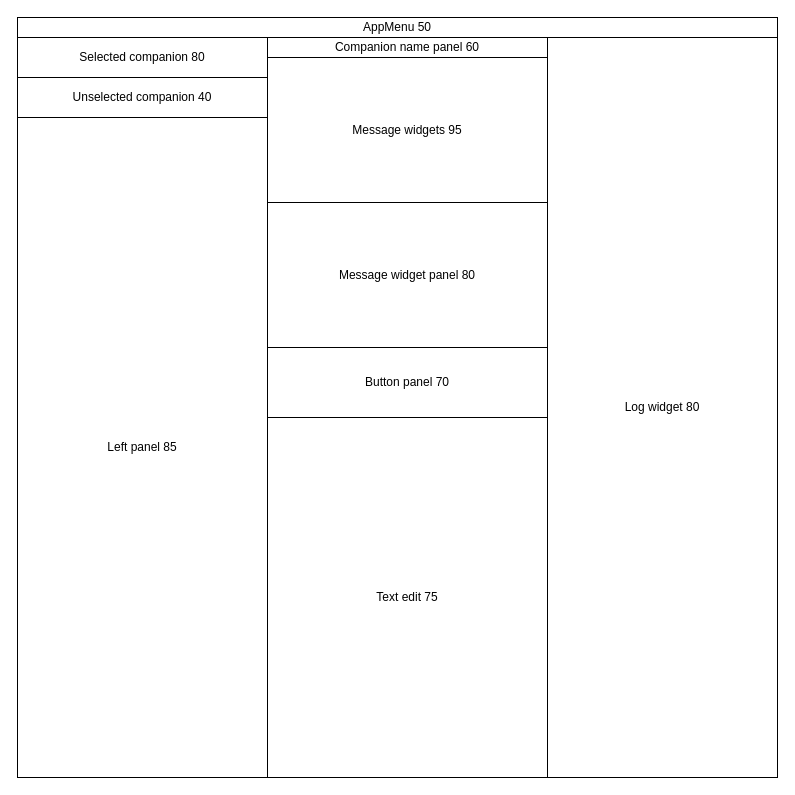
This is design/design.drawio from kawnur/chatprj, a draw.io file, before an edit. Source tidied: cells renumbered, new cells numbered last; positions are measured from the earlier drawing's top-left corner, leaving out a move shared by most shapes. Both pictures are drawn from the tidied source at 100%, with x=0, y=0 at pixel (17, 17).
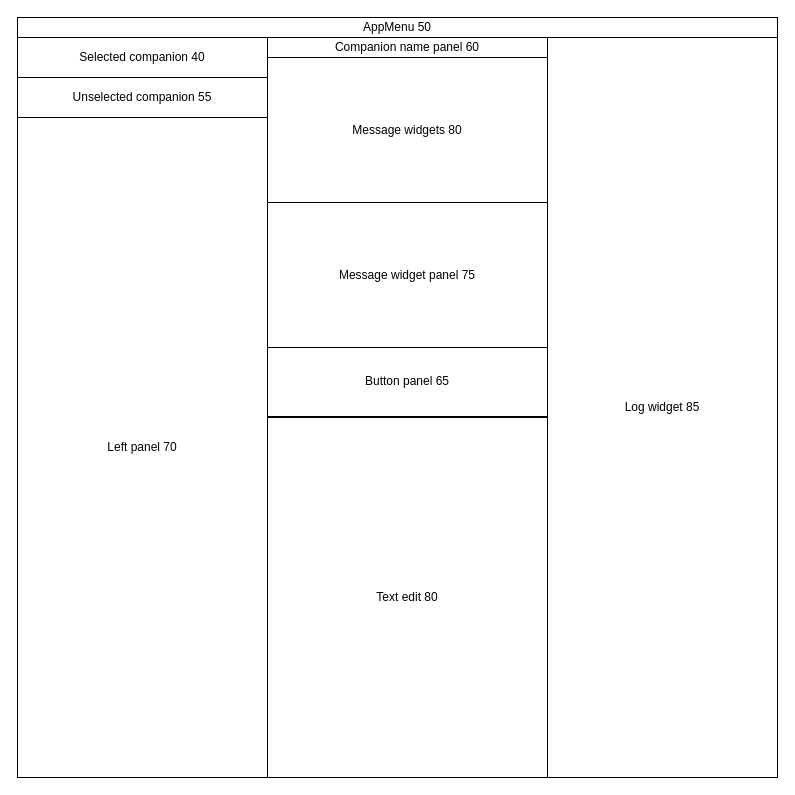
The same diagram, later.

What changed in the source:
```diff
@@
 <mxGraphModel>
   <root>
     <mxCell id="0" />
     <mxCell id="1" parent="0" />
     <mxCell id="2" style="rounded=0;whiteSpace=wrap;html=1;" parent="1" vertex="1">
       <mxGeometry width="760" height="760" as="geometry" />
     </mxCell>
     <mxCell id="3" value="AppMenu 50" style="rounded=0;whiteSpace=wrap;html=1;" parent="1" vertex="1">
       <mxGeometry width="760" height="20" as="geometry" />
     </mxCell>
     <mxCell id="4" style="rounded=0;whiteSpace=wrap;html=1;" parent="1" vertex="1">
       <mxGeometry y="20" width="250" height="740" as="geometry" />
     </mxCell>
-    <mxCell id="5" value="Log widget 80" style="rounded=0;whiteSpace=wrap;html=1;" parent="1" vertex="1">
+    <mxCell id="5" value="Log widget 85" style="rounded=0;whiteSpace=wrap;html=1;" parent="1" vertex="1">
       <mxGeometry x="530" y="20" width="230" height="740" as="geometry" />
     </mxCell>
-    <mxCell id="6" value="Selected companion 80" style="rounded=0;whiteSpace=wrap;html=1;" parent="1" vertex="1">
+    <mxCell id="6" value="Selected companion 40" style="rounded=0;whiteSpace=wrap;html=1;" parent="1" vertex="1">
       <mxGeometry y="20" width="250" height="40" as="geometry" />
     </mxCell>
-    <mxCell id="7" value="Unselected companion 40" style="rounded=0;whiteSpace=wrap;html=1;" parent="1" vertex="1">
+    <mxCell id="7" value="Unselected companion 55" style="rounded=0;whiteSpace=wrap;html=1;" parent="1" vertex="1">
       <mxGeometry y="60" width="250" height="40" as="geometry" />
     </mxCell>
     <mxCell id="8" value="Companion name panel 60" style="rounded=0;whiteSpace=wrap;html=1;" parent="1" vertex="1">
       <mxGeometry x="250" y="20" width="280" height="20" as="geometry" />
     </mxCell>
     <mxCell id="9" style="rounded=0;whiteSpace=wrap;html=1;" parent="1" vertex="1">
       <mxGeometry x="250" y="40" width="280" height="290" as="geometry" />
     </mxCell>
-    <mxCell id="10" value="Message widgets 95" style="rounded=0;whiteSpace=wrap;html=1;" parent="1" vertex="1">
+    <mxCell id="10" value="Message widgets 80" style="rounded=0;whiteSpace=wrap;html=1;" parent="1" vertex="1">
       <mxGeometry x="250" y="40" width="280" height="145" as="geometry" />
     </mxCell>
-    <mxCell id="11" value="Button panel 70" style="rounded=0;whiteSpace=wrap;html=1;" parent="1" vertex="1">
-      <mxGeometry x="250" y="330" width="280" height="70" as="geometry" />
+    <mxCell id="11" value="Button panel 65" style="rounded=0;whiteSpace=wrap;html=1;" parent="1" vertex="1">
+      <mxGeometry x="250" y="329" width="280" height="70" as="geometry" />
     </mxCell>
-    <mxCell id="12" value="Left panel 85" style="rounded=0;whiteSpace=wrap;html=1;" parent="1" vertex="1">
+    <mxCell id="12" value="Left panel 70" style="rounded=0;whiteSpace=wrap;html=1;" parent="1" vertex="1">
       <mxGeometry y="100" width="250" height="660" as="geometry" />
     </mxCell>
-    <mxCell id="13" value="Message widget panel 80" style="rounded=0;whiteSpace=wrap;html=1;" parent="1" vertex="1">
+    <mxCell id="13" value="Message widget panel 75" style="rounded=0;whiteSpace=wrap;html=1;" parent="1" vertex="1">
       <mxGeometry x="250" y="185" width="280" height="145" as="geometry" />
     </mxCell>
-    <mxCell id="14" value="Text edit 75" style="rounded=0;whiteSpace=wrap;html=1;" parent="1" vertex="1">
+    <mxCell id="14" value="Text edit 80" style="rounded=0;whiteSpace=wrap;html=1;" parent="1" vertex="1">
       <mxGeometry x="250" y="400" width="280" height="360" as="geometry" />
     </mxCell>
   </root>
 </mxGraphModel>
```
